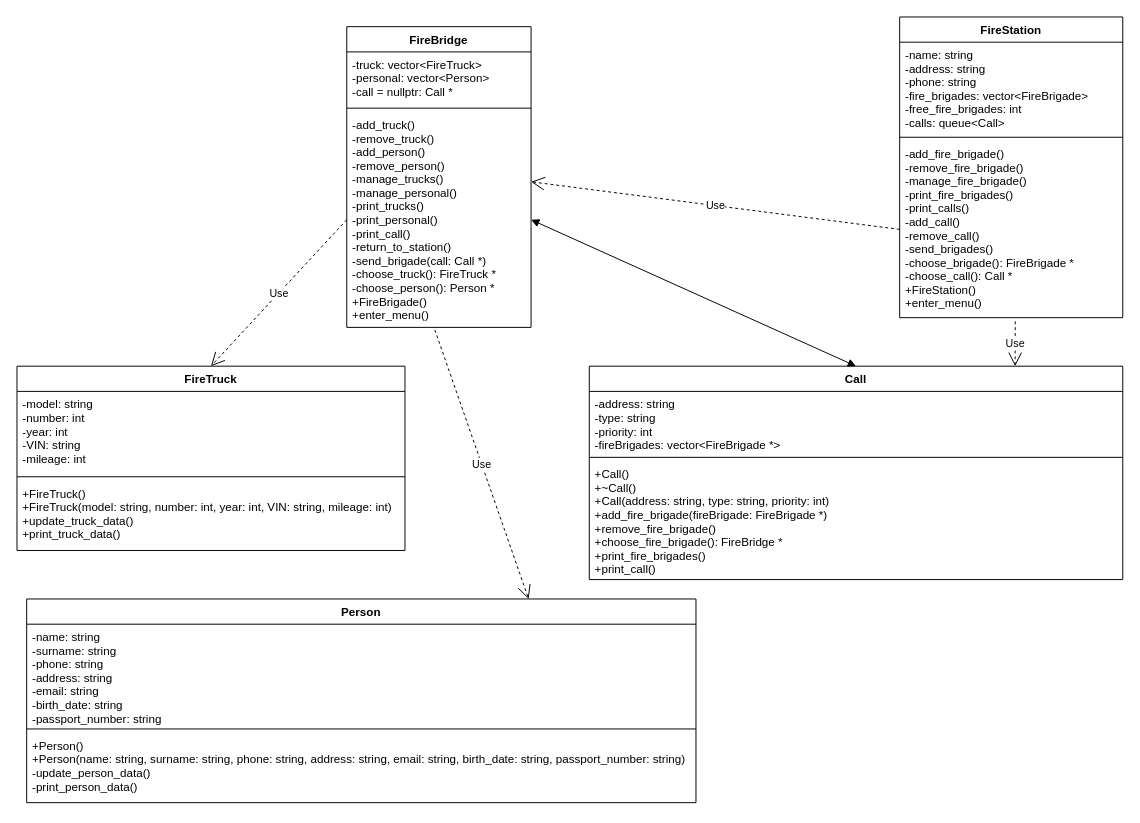
Above: Diagram.drawio in BoGodAkim/Fire-brigade-Classes-Project (draw.io), before the change. Source tidied: cells renumbered, new cells numbered last; positions are measured from the earlier drawing's top-left corner, leaving out a move shared by most shapes. Both pictures are drawn from the tidied source at 97%, with x=0, y=0 at pixel (16, 16).
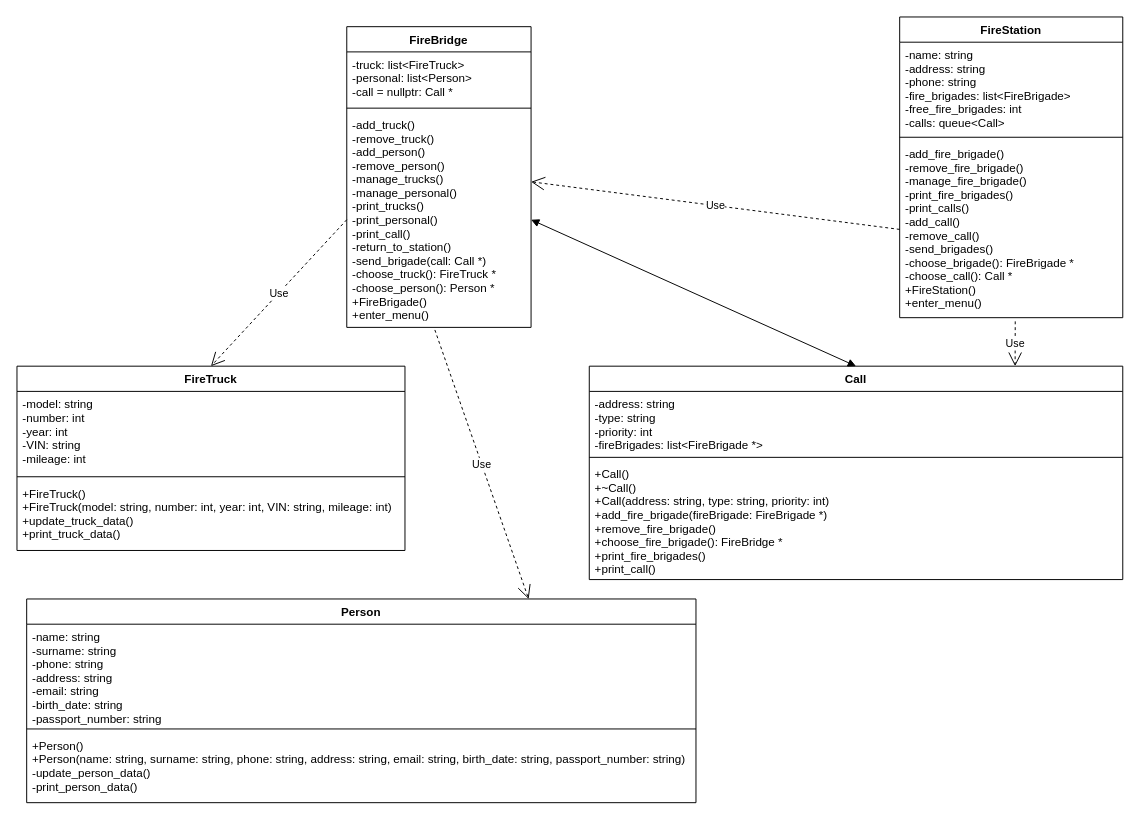
After the change.

Unchanged cells that the change refers to:
```xml
<mxCell id="2" value="FireStation" style="swimlane;fontStyle=1;align=center;verticalAlign=top;horizontal=1;startSize=26;" parent="1" vertex="1">
  <mxGeometry x="910" width="230" height="310" as="geometry" />
</mxCell>
<mxCell id="6" value="FireBridge" style="swimlane;fontStyle=1;align=center;verticalAlign=top;horizontal=1;startSize=26;" parent="1" vertex="1">
  <mxGeometry x="340" y="10" width="190" height="310" as="geometry" />
</mxCell>
<mxCell id="18" value="Call" style="swimlane;fontStyle=1;align=center;verticalAlign=top;horizontal=1;startSize=26;" parent="1" vertex="1">
  <mxGeometry x="590" y="360" width="550" height="220" as="geometry" />
</mxCell>
```

What changed in the source:
```diff
@@
-    <mxCell id="3" value="-name: string&#10;-address: string&#10;-phone: string&#10;-fire_brigades: vector&lt;FireBrigade&gt;&#10;-free_fire_brigades: int&#10;-calls: queue&lt;Call&gt;" style="text;strokeColor=none;fillColor=none;align=left;verticalAlign=top;spacingLeft=4;spacingRight=4;overflow=hidden;" parent="2" vertex="1">
+    <mxCell id="3" value="-name: string&#10;-address: string&#10;-phone: string&#10;-fire_brigades: list&lt;FireBrigade&gt;&#10;-free_fire_brigades: int&#10;-calls: queue&lt;Call&gt;" style="text;strokeColor=none;fillColor=none;align=left;verticalAlign=top;spacingLeft=4;spacingRight=4;overflow=hidden;" parent="2" vertex="1">
       <mxGeometry y="26" width="230" height="94" as="geometry" />
     </mxCell>
@@
-    <mxCell id="7" value="-truck: vector&lt;FireTruck&gt;&#10;-personal: vector&lt;Person&gt; &#10;-call = nullptr: Call *" style="text;strokeColor=none;fillColor=none;align=left;verticalAlign=top;spacingLeft=4;spacingRight=4;overflow=hidden;" parent="6" vertex="1">
+    <mxCell id="7" value="-truck: list&lt;FireTruck&gt;&#10;-personal: list&lt;Person&gt; &#10;-call = nullptr: Call *" style="text;strokeColor=none;fillColor=none;align=left;verticalAlign=top;spacingLeft=4;spacingRight=4;overflow=hidden;" parent="6" vertex="1">
       <mxGeometry y="26" width="190" height="54" as="geometry" />
     </mxCell>
@@
-    <mxCell id="19" value="-address: string&#10;-type: string&#10;-priority: int&#10;-fireBrigades: vector&lt;FireBrigade *&gt;" style="text;strokeColor=none;fillColor=none;align=left;verticalAlign=top;spacingLeft=4;spacingRight=4;overflow=hidden;" parent="18" vertex="1">
+    <mxCell id="19" value="-address: string&#10;-type: string&#10;-priority: int&#10;-fireBrigades: list&lt;FireBrigade *&gt;" style="text;strokeColor=none;fillColor=none;align=left;verticalAlign=top;spacingLeft=4;spacingRight=4;overflow=hidden;" parent="18" vertex="1">
       <mxGeometry y="26" width="550" height="64" as="geometry" />
     </mxCell>
```
